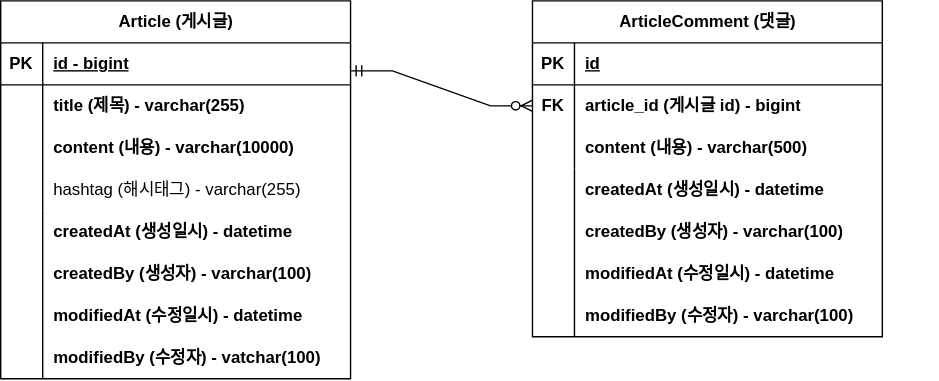
Before: document/forum-erd.svg, a diagram exported from draw.io (rivercity310/forum). Source tidied: cells renumbered, new cells last; positions are measured from the earlier drawing's top-left corner, leaving out a move shared by most shapes.
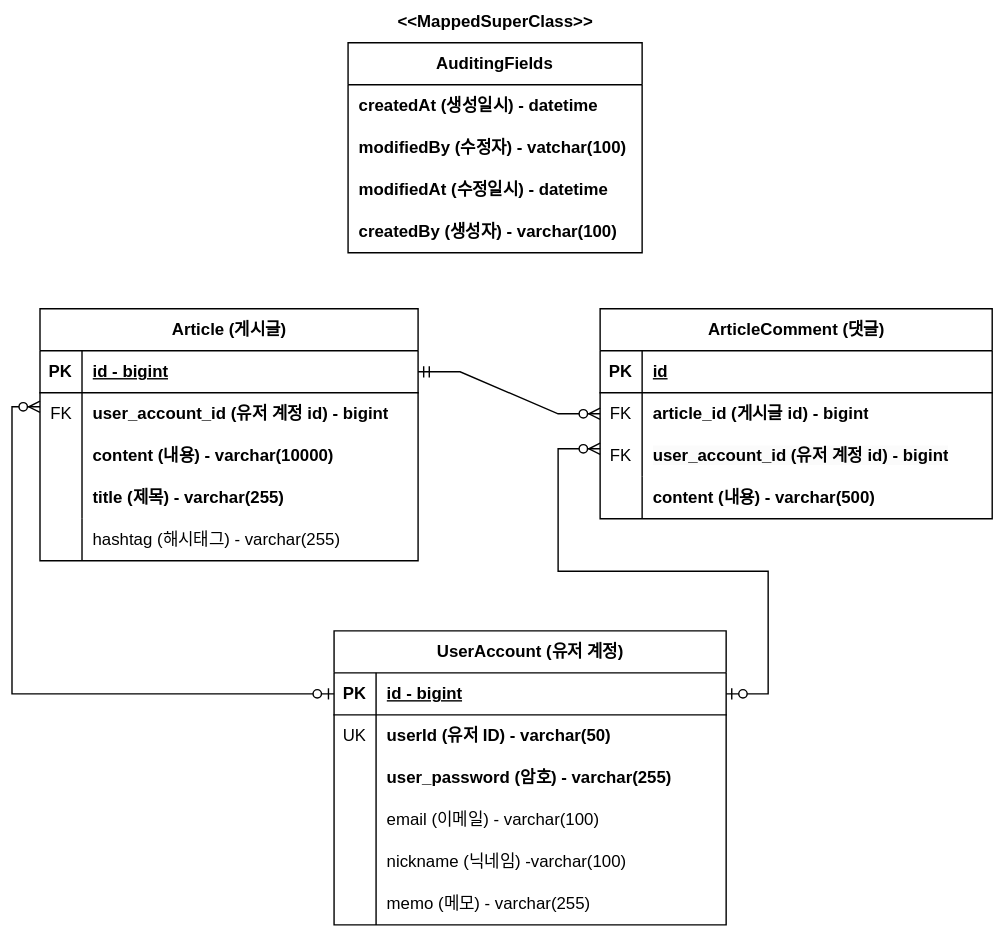
After the change.

Diff of the diagram source:
```diff
@@ -3,114 +3,188 @@
     <mxCell id="0" />
     <mxCell id="1" parent="0" />
     <mxCell id="2" value="Article (게시글)" style="shape=table;startSize=30;rowLines=0;fontStyle=1;align=center;html=1;" parent="1" vertex="1">
-      <mxGeometry width="250" height="270" as="geometry" />
+      <mxGeometry x="-20" y="-30" width="270" height="180" as="geometry" />
     </mxCell>
     <mxCell id="3" style="shape=tableRow;horizontal=0;startSize=0;swimlaneHead=0;swimlaneBody=0;fillColor=none;points=[[0,0.5],[1,0.5]];portConstraint=eastwest;top=0;left=0;right=0;bottom=1;" parent="2" vertex="1">
-      <mxGeometry y="30" width="250" height="30" as="geometry" />
+      <mxGeometry y="30" width="270" height="30" as="geometry" />
     </mxCell>
     <mxCell id="4" value="PK" style="shape=partialRectangle;fillColor=none;top=0;left=0;bottom=0;right=0;fontStyle=1;overflow=hidden;whiteSpace=wrap;html=1;" parent="3" vertex="1">
       <mxGeometry width="30" height="30" as="geometry" />
     </mxCell>
     <mxCell id="5" value="id - bigint" style="shape=partialRectangle;fillColor=none;top=0;left=0;bottom=0;right=0;align=left;spacingLeft=6;fontStyle=5;overflow=hidden;whiteSpace=wrap;html=1;" parent="3" vertex="1">
-      <mxGeometry x="30" width="220" height="30" as="geometry" />
+      <mxGeometry x="30" width="240" height="30" as="geometry" />
     </mxCell>
+    <mxCell id="12" style="shape=tableRow;horizontal=0;startSize=0;swimlaneHead=0;swimlaneBody=0;fillColor=none;top=0;left=0;right=0;bottom=0;" parent="2" vertex="1">
+      <mxGeometry y="60" width="270" height="30" as="geometry" />
+    </mxCell>
+    <mxCell id="13" style="shape=partialRectangle;fillColor=none;top=0;left=0;bottom=0;right=0;overflow=hidden;whiteSpace=wrap;html=1;" parent="12" vertex="1">
+      <mxGeometry width="30" height="30" as="geometry" />
+    </mxCell>
+    <mxCell id="14" value="&lt;b style=&quot;border-color: var(--border-color); text-align: center;&quot;&gt;user_account_id (유저 계정 id) - bigint&lt;/b&gt;" style="shape=partialRectangle;fillColor=none;top=0;left=0;bottom=0;right=0;align=left;spacingLeft=6;overflow=hidden;whiteSpace=wrap;html=1;" parent="12" vertex="1">
+      <mxGeometry x="30" width="240" height="30" as="geometry" />
+    </mxCell>
+    <mxCell id="9" style="shape=tableRow;horizontal=0;startSize=0;swimlaneHead=0;swimlaneBody=0;fillColor=none;top=0;left=0;right=0;bottom=0;" parent="2" vertex="1">
+      <mxGeometry y="90" width="270" height="30" as="geometry" />
+    </mxCell>
+    <mxCell id="10" style="shape=partialRectangle;fillColor=none;top=0;left=0;bottom=0;right=0;overflow=hidden;whiteSpace=wrap;html=1;" parent="9" vertex="1">
+      <mxGeometry width="30" height="30" as="geometry" />
+    </mxCell>
+    <mxCell id="11" value="content (내용) - varchar(10000)" style="shape=partialRectangle;fillColor=none;top=0;left=0;bottom=0;right=0;align=left;spacingLeft=6;overflow=hidden;whiteSpace=wrap;html=1;fontStyle=1;" parent="9" vertex="1">
+      <mxGeometry x="30" width="240" height="30" as="geometry" />
+    </mxCell>
     <mxCell id="6" style="shape=tableRow;horizontal=0;startSize=0;swimlaneHead=0;swimlaneBody=0;fillColor=none;top=0;left=0;right=0;bottom=0;" parent="2" vertex="1">
-      <mxGeometry y="60" width="250" height="30" as="geometry" />
+      <mxGeometry y="120" width="270" height="30" as="geometry" />
     </mxCell>
     <mxCell id="7" style="shape=partialRectangle;fillColor=none;top=0;left=0;bottom=0;right=0;overflow=hidden;whiteSpace=wrap;html=1;" parent="6" vertex="1">
       <mxGeometry width="30" height="30" as="geometry" />
     </mxCell>
     <mxCell id="8" value="title (제목) - varchar(255)" style="shape=partialRectangle;fillColor=none;top=0;left=0;bottom=0;right=0;align=left;spacingLeft=6;overflow=hidden;whiteSpace=wrap;html=1;fontStyle=1;" parent="6" vertex="1">
-      <mxGeometry x="30" width="220" height="30" as="geometry" />
+      <mxGeometry x="30" width="240" height="30" as="geometry" />
     </mxCell>
-    <mxCell id="9" style="shape=tableRow;horizontal=0;startSize=0;swimlaneHead=0;swimlaneBody=0;fillColor=none;top=0;left=0;right=0;bottom=0;" parent="2" vertex="1">
-      <mxGeometry y="90" width="250" height="30" as="geometry" />
-    </mxCell>
-    <mxCell id="10" style="shape=partialRectangle;fillColor=none;top=0;left=0;bottom=0;right=0;overflow=hidden;whiteSpace=wrap;html=1;" parent="9" vertex="1">
-      <mxGeometry width="30" height="30" as="geometry" />
-    </mxCell>
-    <mxCell id="11" value="content (내용) - varchar(10000)" style="shape=partialRectangle;fillColor=none;top=0;left=0;bottom=0;right=0;align=left;spacingLeft=6;overflow=hidden;whiteSpace=wrap;html=1;fontStyle=1;" parent="9" vertex="1">
-      <mxGeometry x="30" width="220" height="30" as="geometry" />
-    </mxCell>
-    <mxCell id="12" style="shape=tableRow;horizontal=0;startSize=0;swimlaneHead=0;swimlaneBody=0;fillColor=none;top=0;left=0;right=0;bottom=0;" parent="2" vertex="1">
-      <mxGeometry y="120" width="250" height="30" as="geometry" />
-    </mxCell>
-    <mxCell id="13" style="shape=partialRectangle;fillColor=none;top=0;left=0;bottom=0;right=0;overflow=hidden;whiteSpace=wrap;html=1;" parent="12" vertex="1">
-      <mxGeometry width="30" height="30" as="geometry" />
-    </mxCell>
-    <mxCell id="14" value="hashtag (해시태그) - varchar(255)" style="shape=partialRectangle;fillColor=none;top=0;left=0;bottom=0;right=0;align=left;spacingLeft=6;overflow=hidden;whiteSpace=wrap;html=1;" parent="12" vertex="1">
-      <mxGeometry x="30" width="220" height="30" as="geometry" />
-    </mxCell>
-    <mxCell id="15" value="createdAt (생성일시) - datetime" style="shape=partialRectangle;fillColor=none;top=0;left=0;bottom=0;right=0;align=left;spacingLeft=6;overflow=hidden;whiteSpace=wrap;html=1;fontStyle=1;" parent="1" vertex="1">
-      <mxGeometry x="30" y="150" width="260" height="30" as="geometry" />
-    </mxCell>
-    <mxCell id="16" value="createdBy (생성자) - varchar(100)" style="shape=partialRectangle;fillColor=none;top=0;left=0;bottom=0;right=0;align=left;spacingLeft=6;overflow=hidden;whiteSpace=wrap;html=1;fontStyle=1;" parent="1" vertex="1">
-      <mxGeometry x="30" y="180" width="260" height="30" as="geometry" />
-    </mxCell>
-    <mxCell id="17" value="modifiedAt (수정일시) - datetime" style="shape=partialRectangle;fillColor=none;top=0;left=0;bottom=0;right=0;align=left;spacingLeft=6;overflow=hidden;whiteSpace=wrap;html=1;fontStyle=1;" parent="1" vertex="1">
-      <mxGeometry x="30" y="210" width="260" height="30" as="geometry" />
-    </mxCell>
-    <mxCell id="18" value="modifiedBy (수정자) - vatchar(100)" style="shape=partialRectangle;fillColor=none;top=0;left=0;bottom=0;right=0;align=left;spacingLeft=6;overflow=hidden;whiteSpace=wrap;html=1;fontStyle=1;" parent="1" vertex="1">
-      <mxGeometry x="30" y="240" width="260" height="30" as="geometry" />
-    </mxCell>
     <mxCell id="19" style="endArrow=none;html=1;rounded=0;" parent="1" edge="1">
       <mxGeometry relative="1" as="geometry">
-        <mxPoint x="30" y="270" as="sourcePoint" />
-        <mxPoint x="30" y="150" as="targetPoint" />
+        <mxPoint x="10" y="120" as="sourcePoint" />
+        <mxPoint x="10" y="120" as="targetPoint" />
+        <Array as="points">
+          <mxPoint x="10" y="150" />
+        </Array>
       </mxGeometry>
     </mxCell>
     <mxCell id="20" value="ArticleComment (댓글)" style="shape=table;startSize=30;rowLines=0;fontStyle=1;align=center;html=1;" parent="1" vertex="1">
-      <mxGeometry x="380" width="250" height="240" as="geometry" />
+      <mxGeometry x="380" y="-30" width="280" height="150" as="geometry" />
     </mxCell>
     <mxCell id="21" style="shape=tableRow;horizontal=0;startSize=0;swimlaneHead=0;swimlaneBody=0;fillColor=none;top=0;left=0;right=0;bottom=1;" parent="20" vertex="1">
-      <mxGeometry y="30" width="250" height="30" as="geometry" />
+      <mxGeometry y="30" width="280" height="30" as="geometry" />
     </mxCell>
     <mxCell id="22" value="PK" style="shape=partialRectangle;fillColor=none;top=0;left=0;bottom=0;right=0;fontStyle=1;overflow=hidden;whiteSpace=wrap;html=1;" parent="21" vertex="1">
       <mxGeometry width="30" height="30" as="geometry" />
     </mxCell>
     <mxCell id="23" value="id" style="shape=partialRectangle;fillColor=none;top=0;left=0;bottom=0;right=0;align=left;spacingLeft=6;fontStyle=5;overflow=hidden;whiteSpace=wrap;html=1;" parent="21" vertex="1">
-      <mxGeometry x="30" width="220" height="30" as="geometry" />
+      <mxGeometry x="30" width="250" height="30" as="geometry" />
     </mxCell>
     <mxCell id="24" style="shape=tableRow;horizontal=0;startSize=0;swimlaneHead=0;swimlaneBody=0;fillColor=none;points=[[0,0.5],[1,0.5]];portConstraint=eastwest;top=0;left=0;right=0;bottom=0;" parent="20" vertex="1">
-      <mxGeometry y="60" width="250" height="30" as="geometry" />
+      <mxGeometry y="60" width="280" height="30" as="geometry" />
     </mxCell>
-    <mxCell id="25" value="FK" style="shape=partialRectangle;fillColor=none;top=0;left=0;bottom=0;right=0;overflow=hidden;whiteSpace=wrap;html=1;fontStyle=1;" parent="24" vertex="1">
+    <mxCell id="25" value="&lt;span style=&quot;font-weight: normal;&quot;&gt;FK&lt;/span&gt;" style="shape=partialRectangle;fillColor=none;top=0;left=0;bottom=0;right=0;overflow=hidden;whiteSpace=wrap;html=1;fontStyle=1;" parent="24" vertex="1">
       <mxGeometry width="30" height="30" as="geometry" />
     </mxCell>
     <mxCell id="26" value="article_id (게시글 id) - bigint" style="shape=partialRectangle;fillColor=none;top=0;left=0;bottom=0;right=0;align=left;spacingLeft=6;overflow=hidden;whiteSpace=wrap;html=1;fontStyle=1;" parent="24" vertex="1">
-      <mxGeometry x="30" width="220" height="30" as="geometry" />
+      <mxGeometry x="30" width="250" height="30" as="geometry" />
     </mxCell>
     <mxCell id="27" style="shape=tableRow;horizontal=0;startSize=0;swimlaneHead=0;swimlaneBody=0;fillColor=none;top=0;left=0;right=0;bottom=0;" parent="20" vertex="1">
-      <mxGeometry y="90" width="250" height="30" as="geometry" />
+      <mxGeometry y="90" width="280" height="30" as="geometry" />
     </mxCell>
-    <mxCell id="28" style="shape=partialRectangle;fillColor=none;top=0;left=0;bottom=0;right=0;overflow=hidden;whiteSpace=wrap;html=1;" parent="27" vertex="1">
+    <mxCell id="28" value="FK" style="shape=partialRectangle;fillColor=none;top=0;left=0;bottom=0;right=0;overflow=hidden;whiteSpace=wrap;html=1;" parent="27" vertex="1">
       <mxGeometry width="30" height="30" as="geometry" />
     </mxCell>
-    <mxCell id="29" value="content (내용) - varchar(500)" style="shape=partialRectangle;fillColor=none;top=0;left=0;bottom=0;right=0;align=left;spacingLeft=6;overflow=hidden;whiteSpace=wrap;html=1;fontStyle=1;" parent="27" vertex="1">
-      <mxGeometry x="30" width="220" height="30" as="geometry" />
+    <mxCell id="29" value="&lt;b style=&quot;border-color: var(--border-color); color: rgb(0, 0, 0); font-family: Helvetica; font-size: 12px; font-style: normal; font-variant-ligatures: normal; font-variant-caps: normal; letter-spacing: normal; orphans: 2; text-indent: 0px; text-transform: none; widows: 2; word-spacing: 0px; -webkit-text-stroke-width: 0px; background-color: rgb(251, 251, 251); text-decoration-thickness: initial; text-decoration-style: initial; text-decoration-color: initial; text-align: center;&quot;&gt;user_account_id (유저 계정 id) - bigint&lt;/b&gt;" style="shape=partialRectangle;fillColor=none;top=0;left=0;bottom=0;right=0;align=left;spacingLeft=6;overflow=hidden;whiteSpace=wrap;html=1;fontStyle=1;" parent="27" vertex="1">
+      <mxGeometry x="30" width="250" height="30" as="geometry" />
     </mxCell>
-    <mxCell id="30" style="edgeStyle=entityRelationEdgeStyle;fontSize=12;html=1;endArrow=ERzeroToMany;startArrow=ERmandOne;rounded=0;entryX=0;entryY=0.5;entryDx=0;entryDy=0;" parent="1" edge="1" target="24">
-      <mxGeometry relative="1" as="geometry">
-        <mxPoint x="250" y="50" as="sourcePoint" />
-      </mxGeometry>
+    <mxCell id="30" style="edgeStyle=entityRelationEdgeStyle;fontSize=12;html=1;endArrow=ERzeroToMany;startArrow=ERmandOne;rounded=0;entryX=0;entryY=0.5;entryDx=0;entryDy=0;exitX=1;exitY=0.5;exitDx=0;exitDy=0;" parent="1" edge="1" source="3" target="24">
+      <mxGeometry relative="1" as="geometry" />
     </mxCell>
     <mxCell id="31" style="endArrow=none;html=1;rounded=0;" parent="1" edge="1">
       <mxGeometry relative="1" as="geometry">
-        <mxPoint x="410" y="240" as="sourcePoint" />
+        <mxPoint x="410" y="120" as="sourcePoint" />
         <mxPoint x="410" y="120" as="targetPoint" />
       </mxGeometry>
     </mxCell>
-    <mxCell id="32" value="createdAt (생성일시) - datetime" style="shape=partialRectangle;fillColor=none;top=0;left=0;bottom=0;right=0;align=left;spacingLeft=6;overflow=hidden;whiteSpace=wrap;html=1;fontStyle=1;" parent="1" vertex="1">
-      <mxGeometry x="410" y="120" width="260" height="30" as="geometry" />
-    </mxCell>
-    <mxCell id="33" value="createdBy (생성자) - varchar(100)" style="shape=partialRectangle;fillColor=none;top=0;left=0;bottom=0;right=0;align=left;spacingLeft=6;overflow=hidden;whiteSpace=wrap;html=1;fontStyle=1;" parent="1" vertex="1">
-      <mxGeometry x="410" y="150" width="260" height="30" as="geometry" />
-    </mxCell>
-    <mxCell id="34" value="modifiedAt (수정일시) - datetime" style="shape=partialRectangle;fillColor=none;top=0;left=0;bottom=0;right=0;align=left;spacingLeft=6;overflow=hidden;whiteSpace=wrap;html=1;fontStyle=1;" parent="1" vertex="1">
-      <mxGeometry x="410" y="180" width="260" height="30" as="geometry" />
-    </mxCell>
-    <mxCell id="35" value="modifiedBy (수정자) - varchar(100)" style="shape=partialRectangle;fillColor=none;top=0;left=0;bottom=0;right=0;align=left;spacingLeft=6;overflow=hidden;whiteSpace=wrap;html=1;fontStyle=1;" parent="1" vertex="1">
-      <mxGeometry x="410" y="210" width="260" height="30" as="geometry" />
-    </mxCell>
+    <mxCell id="36" value="UserAccount (유저 계정)" style="shape=table;startSize=30;rowLines=0;fontStyle=1;align=center;html=1;" parent="1" vertex="1">
+      <mxGeometry x="190" y="200" width="280" height="210" as="geometry" />
+    </mxCell>
+    <mxCell id="37" style="shape=tableRow;horizontal=0;startSize=0;swimlaneHead=0;swimlaneBody=0;fillColor=none;points=[[0,0.5],[1,0.5]];portConstraint=eastwest;top=0;left=0;right=0;bottom=1;" parent="36" vertex="1">
+      <mxGeometry y="30" width="280" height="30" as="geometry" />
+    </mxCell>
+    <mxCell id="38" value="PK" style="shape=partialRectangle;fillColor=none;top=0;left=0;bottom=0;right=0;fontStyle=1;overflow=hidden;whiteSpace=wrap;html=1;" parent="37" vertex="1">
+      <mxGeometry width="30" height="30" as="geometry" />
+    </mxCell>
+    <mxCell id="39" value="id - bigint" style="shape=partialRectangle;fillColor=none;top=0;left=0;bottom=0;right=0;align=left;spacingLeft=6;fontStyle=5;overflow=hidden;whiteSpace=wrap;html=1;" parent="37" vertex="1">
+      <mxGeometry x="30" width="250" height="30" as="geometry" />
+    </mxCell>
+    <mxCell id="40" style="shape=tableRow;horizontal=0;startSize=0;swimlaneHead=0;swimlaneBody=0;fillColor=none;top=0;left=0;right=0;bottom=0;" parent="36" vertex="1">
+      <mxGeometry y="60" width="280" height="30" as="geometry" />
+    </mxCell>
+    <mxCell id="41" value="UK" style="shape=partialRectangle;fillColor=none;top=0;left=0;bottom=0;right=0;overflow=hidden;whiteSpace=wrap;html=1;" parent="40" vertex="1">
+      <mxGeometry width="30" height="30" as="geometry" />
+    </mxCell>
+    <mxCell id="42" value="userId (유저 ID) - varchar(50)" style="shape=partialRectangle;fillColor=none;top=0;left=0;bottom=0;right=0;align=left;spacingLeft=6;overflow=hidden;whiteSpace=wrap;html=1;fontStyle=1;" parent="40" vertex="1">
+      <mxGeometry x="30" width="250" height="30" as="geometry" />
+    </mxCell>
+    <mxCell id="43" style="shape=tableRow;horizontal=0;startSize=0;swimlaneHead=0;swimlaneBody=0;fillColor=none;top=0;left=0;right=0;bottom=0;" parent="36" vertex="1">
+      <mxGeometry y="90" width="280" height="30" as="geometry" />
+    </mxCell>
+    <mxCell id="44" style="shape=partialRectangle;fillColor=none;top=0;left=0;bottom=0;right=0;overflow=hidden;whiteSpace=wrap;html=1;" parent="43" vertex="1">
+      <mxGeometry width="30" height="30" as="geometry" />
+    </mxCell>
+    <mxCell id="45" value="user_password (암호) - varchar(255)" style="shape=partialRectangle;fillColor=none;top=0;left=0;bottom=0;right=0;align=left;spacingLeft=6;overflow=hidden;whiteSpace=wrap;html=1;fontStyle=1;" parent="43" vertex="1">
+      <mxGeometry x="30" width="250" height="30" as="geometry" />
+    </mxCell>
+    <mxCell id="46" style="shape=tableRow;horizontal=0;startSize=0;swimlaneHead=0;swimlaneBody=0;fillColor=none;top=0;left=0;right=0;bottom=0;" parent="36" vertex="1">
+      <mxGeometry y="120" width="280" height="30" as="geometry" />
+    </mxCell>
+    <mxCell id="47" style="shape=partialRectangle;fillColor=none;top=0;left=0;bottom=0;right=0;overflow=hidden;whiteSpace=wrap;html=1;" parent="46" vertex="1">
+      <mxGeometry width="30" height="30" as="geometry" />
+    </mxCell>
+    <mxCell id="48" value="email (이메일) - varchar(100)" style="shape=partialRectangle;fillColor=none;top=0;left=0;bottom=0;right=0;align=left;spacingLeft=6;overflow=hidden;whiteSpace=wrap;html=1;" parent="46" vertex="1">
+      <mxGeometry x="30" width="250" height="30" as="geometry" />
+    </mxCell>
+    <mxCell id="49" style="endArrow=none;html=1;rounded=0;" parent="1" edge="1">
+      <mxGeometry relative="1" as="geometry">
+        <mxPoint x="220" y="410" as="sourcePoint" />
+        <mxPoint x="220" y="350" as="targetPoint" />
+      </mxGeometry>
+    </mxCell>
+    <mxCell id="50" value="nickname (닉네임) -varchar(100)" style="shape=partialRectangle;fillColor=none;top=0;left=0;bottom=0;right=0;align=left;spacingLeft=6;overflow=hidden;whiteSpace=wrap;html=1;" parent="1" vertex="1">
+      <mxGeometry x="220" y="350" width="220" height="30" as="geometry" />
+    </mxCell>
+    <mxCell id="51" value="memo (메모) - varchar(255)" style="shape=partialRectangle;fillColor=none;top=0;left=0;bottom=0;right=0;align=left;spacingLeft=6;overflow=hidden;whiteSpace=wrap;html=1;" parent="1" vertex="1">
+      <mxGeometry x="220" y="380" width="220" height="30" as="geometry" />
+    </mxCell>
+    <mxCell id="52" value="&lt;b&gt;AuditingFields&lt;/b&gt;" style="swimlane;fontStyle=0;horizontal=1;startSize=30;whiteSpace=wrap;html=1;" parent="1" vertex="1">
+      <mxGeometry x="200" y="-220" width="210" height="150" as="geometry" />
+    </mxCell>
+    <mxCell id="53" value="createdAt (생성일시) - datetime" style="shape=partialRectangle;fillColor=none;top=0;left=0;bottom=0;right=0;align=left;spacingLeft=6;overflow=hidden;whiteSpace=wrap;html=1;fontStyle=1;" parent="52" vertex="1">
+      <mxGeometry y="30" width="210" height="30" as="geometry" />
+    </mxCell>
+    <mxCell id="18" value="modifiedBy (수정자) - vatchar(100)" style="shape=partialRectangle;fillColor=none;top=0;left=0;bottom=0;right=0;align=left;spacingLeft=6;overflow=hidden;whiteSpace=wrap;html=1;fontStyle=1;" parent="52" vertex="1">
+      <mxGeometry y="60" width="210" height="30" as="geometry" />
+    </mxCell>
+    <mxCell id="54" value="modifiedAt (수정일시) - datetime" style="shape=partialRectangle;fillColor=none;top=0;left=0;bottom=0;right=0;align=left;spacingLeft=6;overflow=hidden;whiteSpace=wrap;html=1;fontStyle=1;" parent="52" vertex="1">
+      <mxGeometry y="90" width="210" height="30" as="geometry" />
+    </mxCell>
+    <mxCell id="55" value="createdBy (생성자) - varchar(100)" style="shape=partialRectangle;fillColor=none;top=0;left=0;bottom=0;right=0;align=left;spacingLeft=6;overflow=hidden;whiteSpace=wrap;html=1;fontStyle=1;" parent="52" vertex="1">
+      <mxGeometry y="120" width="210" height="30" as="geometry" />
+    </mxCell>
+    <mxCell id="56" value="&lt;b&gt;&amp;lt;&amp;lt;MappedSuperClass&amp;gt;&amp;gt;&lt;/b&gt;" style="text;html=1;align=center;verticalAlign=middle;strokeColor=none;fillColor=none;" parent="1" vertex="1">
+      <mxGeometry x="225" y="-250" width="160" height="30" as="geometry" />
+    </mxCell>
+    <mxCell id="57" value="&lt;div style=&quot;text-align: center;&quot;&gt;&lt;span style=&quot;background-color: initial; font-weight: normal;&quot;&gt;hashtag (해시태그) - varchar(255)&lt;/span&gt;&lt;/div&gt;" style="shape=partialRectangle;fillColor=none;top=0;left=0;bottom=0;right=0;align=left;spacingLeft=6;overflow=hidden;whiteSpace=wrap;html=1;fontStyle=1;" parent="1" vertex="1">
+      <mxGeometry x="10" y="120" width="240" height="30" as="geometry" />
+    </mxCell>
+    <mxCell id="58" value="&amp;nbsp; &amp;nbsp; &amp;nbsp; FK" style="text;html=1;align=center;verticalAlign=middle;strokeColor=none;fillColor=none;" parent="1" vertex="1">
+      <mxGeometry x="-45" y="30" width="60" height="30" as="geometry" />
+    </mxCell>
+    <mxCell id="59" value="content (내용) - varchar(500)" style="shape=partialRectangle;fillColor=none;top=0;left=0;bottom=0;right=0;align=left;spacingLeft=6;overflow=hidden;whiteSpace=wrap;html=1;fontStyle=1;" parent="1" vertex="1">
+      <mxGeometry x="410" y="90" width="220" height="30" as="geometry" />
+    </mxCell>
+    <mxCell id="60" style="endArrow=none;html=1;rounded=0;" parent="1" edge="1">
+      <mxGeometry relative="1" as="geometry">
+        <mxPoint x="410" y="120" as="sourcePoint" />
+        <mxPoint x="410" y="90" as="targetPoint" />
+      </mxGeometry>
+    </mxCell>
+    <mxCell id="61" style="edgeStyle=entityRelationEdgeStyle;fontSize=12;html=1;endArrow=ERzeroToMany;startArrow=ERzeroToOne;rounded=0;exitX=1;exitY=0.5;exitDx=0;exitDy=0;" parent="1" edge="1" source="37">
+      <mxGeometry relative="1" as="geometry">
+        <mxPoint x="380" y="70" as="targetPoint" />
+      </mxGeometry>
+    </mxCell>
+    <mxCell id="62" style="edgeStyle=elbowEdgeStyle;fontSize=12;html=1;endArrow=ERzeroToMany;startArrow=ERzeroToOne;rounded=0;exitX=0;exitY=0.5;exitDx=0;exitDy=0;" parent="1" edge="1" source="37">
+      <mxGeometry relative="1" as="geometry">
+        <mxPoint x="-20" y="40" as="targetPoint" />
+        <Array as="points">
+          <mxPoint x="-40" y="160" />
+        </Array>
+      </mxGeometry>
+    </mxCell>
   </root>
 </mxGraphModel>
```
